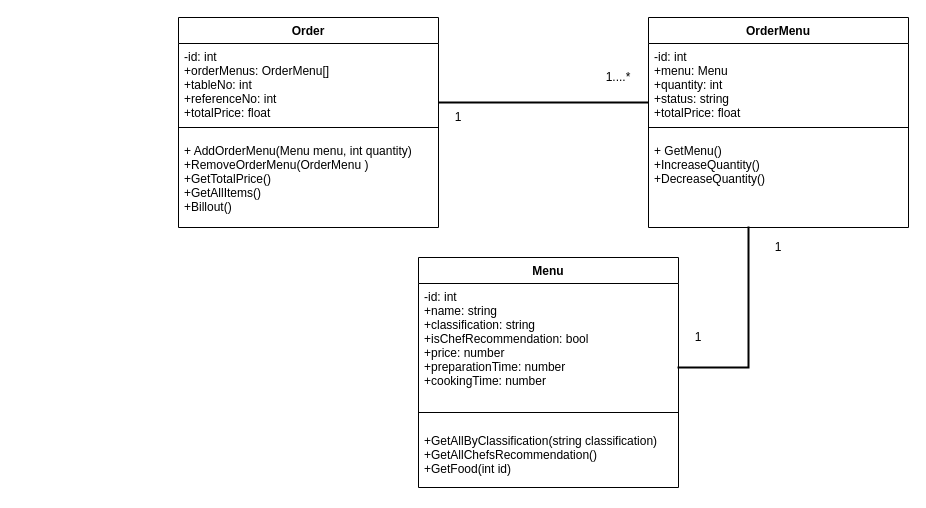
Earlier version of the draw.io diagram Untitled Diagram.drawio (onecompileman/garcon-web-app). Source tidied: cells renumbered, new cells numbered last; positions are measured from the earlier drawing's top-left corner, leaving out a move shared by most shapes. Both pictures are drawn from the tidied source at 100%, with x=0, y=0 at pixel (178, 17).
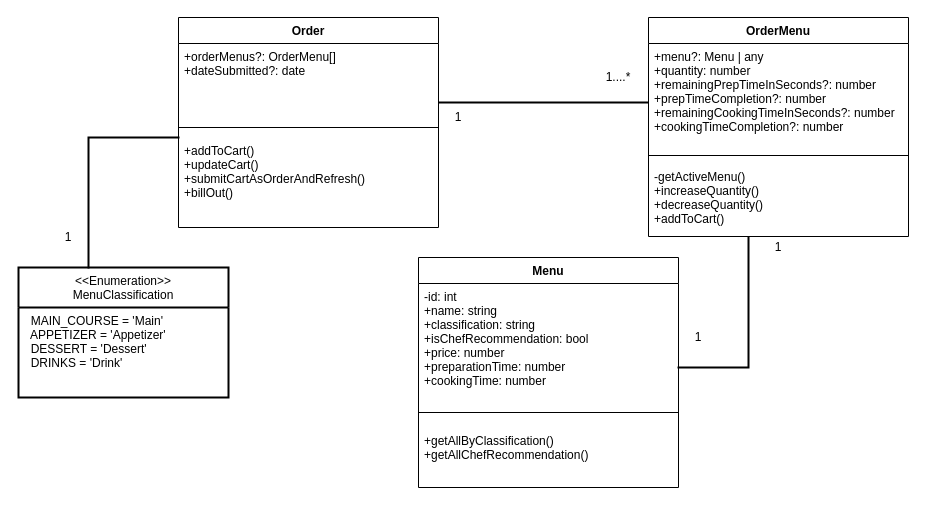
After the change.

Commit message:
Class Diagram Group 3

The change refers to these unchanged cells:
```xml
<mxCell id="2" value="Order&#10;" style="swimlane;fontStyle=1;align=center;verticalAlign=top;horizontal=1;startSize=26;" parent="1" vertex="1">
  <mxGeometry width="260" height="210" as="geometry" />
</mxCell>
<mxCell id="10" value="Menu" style="swimlane;fontStyle=1;align=center;verticalAlign=top;horizontal=1;startSize=26;" parent="1" vertex="1">
  <mxGeometry x="240" y="240" width="260" height="230" as="geometry" />
</mxCell>
```

Diff of the diagram source:
```diff
@@
-    <mxCell id="3" value="-id: int&#10;+orderMenus: OrderMenu[]&#10;+tableNo: int&#10;+referenceNo: int&#10;+totalPrice: float" style="text;strokeColor=none;fillColor=none;align=left;verticalAlign=top;spacingLeft=4;spacingRight=4;overflow=hidden;" parent="2" vertex="1">
+    <mxCell id="3" value="+orderMenus?: OrderMenu[]&#10;+dateSubmitted?: date" style="text;strokeColor=none;fillColor=none;align=left;verticalAlign=top;spacingLeft=4;spacingRight=4;overflow=hidden;" parent="2" vertex="1">
       <mxGeometry y="26" width="260" height="74" as="geometry" />
     </mxCell>
@@
-    <mxCell id="5" value="+ AddOrderMenu(Menu menu, int quantity)&#10;+RemoveOrderMenu(OrderMenu )&#10;+GetTotalPrice()&#10;+GetAllItems()&#10;+Billout()" style="text;strokeColor=none;fillColor=none;align=left;verticalAlign=top;spacingLeft=4;spacingRight=4;overflow=hidden;" parent="2" vertex="1">
+    <mxCell id="5" value="+addToCart()&#10;+updateCart()&#10;+submitCartAsOrderAndRefresh()&#10;+billOut()" style="text;strokeColor=none;fillColor=none;align=left;verticalAlign=top;spacingLeft=4;spacingRight=4;overflow=hidden;" parent="2" vertex="1">
       <mxGeometry y="120" width="260" height="90" as="geometry" />
     </mxCell>
     <mxCell id="6" value="OrderMenu" style="swimlane;fontStyle=1;align=center;verticalAlign=top;horizontal=1;startSize=26;" parent="1" vertex="1">
-      <mxGeometry x="470" width="260" height="210" as="geometry" />
+      <mxGeometry x="470" width="260" height="219" as="geometry" />
     </mxCell>
-    <mxCell id="7" value="-id: int&#10;+menu: Menu&#10;+quantity: int&#10;+status: string&#10;+totalPrice: float" style="text;strokeColor=none;fillColor=none;align=left;verticalAlign=top;spacingLeft=4;spacingRight=4;overflow=hidden;" parent="6" vertex="1">
-      <mxGeometry y="26" width="260" height="74" as="geometry" />
+    <mxCell id="7" value="+menu?: Menu | any&#10;+quantity: number&#10;+remainingPrepTimeInSeconds?: number&#10;+prepTimeCompletion?: number&#10;+remainingCookingTimeInSeconds?: number&#10;+cookingTimeCompletion?: number" style="text;strokeColor=none;fillColor=none;align=left;verticalAlign=top;spacingLeft=4;spacingRight=4;overflow=hidden;" parent="6" vertex="1">
+      <mxGeometry y="26" width="260" height="104" as="geometry" />
     </mxCell>
     <mxCell id="8" style="line;strokeWidth=1;fillColor=none;align=left;verticalAlign=middle;spacingTop=-1;spacingLeft=3;spacingRight=3;labelPosition=right;" parent="6" vertex="1">
-      <mxGeometry y="100" width="260" height="20" as="geometry" />
+      <mxGeometry y="130" width="260" height="16" as="geometry" />
     </mxCell>
-    <mxCell id="9" value="+ GetMenu()&#10;+IncreaseQuantity()&#10;+DecreaseQuantity()" style="text;strokeColor=none;fillColor=none;align=left;verticalAlign=top;spacingLeft=4;spacingRight=4;overflow=hidden;" parent="6" vertex="1">
-      <mxGeometry y="120" width="260" height="90" as="geometry" />
+    <mxCell id="9" value="-getActiveMenu()&#10;+increaseQuantity()&#10;+decreaseQuantity()&#10;+addToCart()" style="text;strokeColor=none;fillColor=none;align=left;verticalAlign=top;spacingLeft=4;spacingRight=4;overflow=hidden;" parent="6" vertex="1">
+      <mxGeometry y="146" width="260" height="73" as="geometry" />
     </mxCell>
@@
-    <mxCell id="13" value="+GetAllByClassification(string classification)&#10;+GetAllChefsRecommendation()&#10;+GetFood(int id)" style="text;strokeColor=none;fillColor=none;align=left;verticalAlign=top;spacingLeft=4;spacingRight=4;overflow=hidden;" parent="10" vertex="1">
+    <mxCell id="13" value="+getAllByClassification()&#10;+getAllChefRecommendation()&#10;" style="text;strokeColor=none;fillColor=none;align=left;verticalAlign=top;spacingLeft=4;spacingRight=4;overflow=hidden;" parent="10" vertex="1">
       <mxGeometry y="170" width="260" height="60" as="geometry" />
     </mxCell>
@@
     <mxCell id="15" style="shape=partialRectangle;whiteSpace=wrap;html=1;bottom=0;right=0;fillColor=none;direction=west;strokeWidth=2;" parent="1" vertex="1">
-      <mxGeometry x="500" y="210" width="70" height="140" as="geometry" />
+      <mxGeometry x="500" y="220" width="70" height="130" as="geometry" />
     </mxCell>
@@
+    <mxCell id="20" style="shape=partialRectangle;whiteSpace=wrap;html=1;bottom=0;right=0;fillColor=none;strokeWidth=2;" parent="1" vertex="1">
+      <mxGeometry x="-90" y="120" width="90" height="130" as="geometry" />
+    </mxCell>
+    <mxCell id="21" value="&lt;&lt;Enumeration&gt;&gt;&#10;MenuClassification" style="swimlane;fontStyle=0;horizontal=1;startSize=40;fillColor=none;strokeWidth=2;" parent="1" vertex="1">
+      <mxGeometry x="-160" y="250" width="210" height="130" as="geometry" />
+    </mxCell>
+    <mxCell id="22" value="  MAIN_COURSE = 'Main'&#10;  APPETIZER = 'Appetizer'&#10;  DESSERT = 'Dessert'&#10;  DRINKS = 'Drink'" style="text;strokeColor=none;fillColor=none;align=left;verticalAlign=top;spacingLeft=4;spacingRight=4;overflow=hidden;" parent="21" vertex="1">
+      <mxGeometry y="40" width="210" height="90" as="geometry" />
+    </mxCell>
+    <mxCell id="23" value="1" style="text;html=1;strokeColor=none;fillColor=none;align=center;verticalAlign=middle;whiteSpace=wrap;rounded=0;" parent="1" vertex="1">
+      <mxGeometry x="-130" y="210" width="40" height="20" as="geometry" />
+    </mxCell>
```
